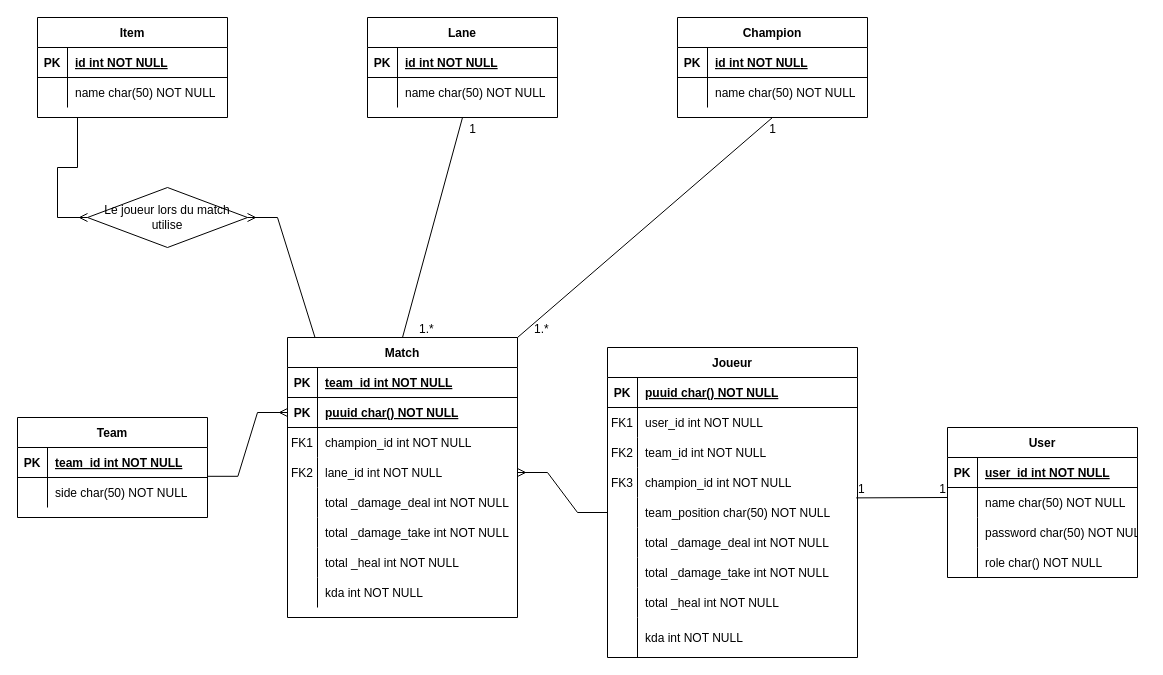
This is Image Prod/Diagramme de donnees.drawio from Niyo-D-JC/HelpWork, a draw.io file, before an edit. Source tidied: cells renumbered, new cells numbered last; positions are measured from the earlier drawing's top-left corner, leaving out a move shared by most shapes. Both pictures are drawn from the tidied source at 100%, with x=0, y=0 at pixel (17, 17).
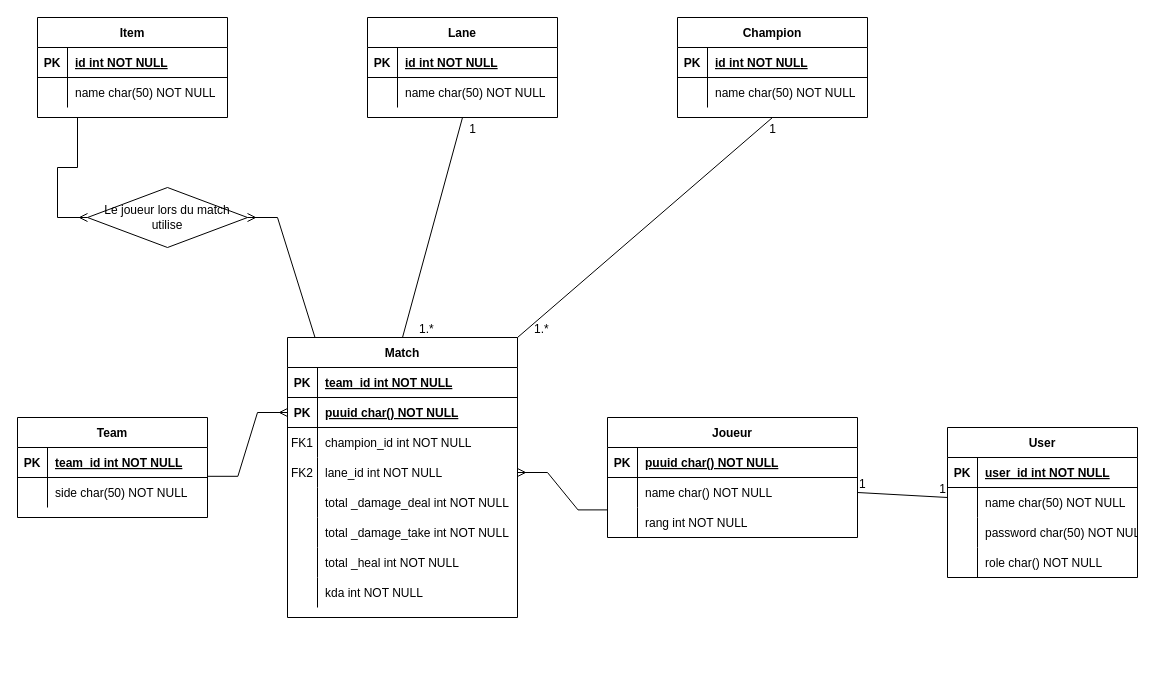
The same page after the edit.

Commit message (it also covers changes not shown here):
Mettre à jour Diagramme de donnees.drawio

Unchanged cells that the change refers to:
```xml
<mxCell id="6" style="shape=partialRectangle;fillColor=none;points=[[0,0.5],[1,0.5]];portConstraint=eastwest;top=0;left=0;right=0;bottom=0;" parent="2" vertex="1">
  <mxGeometry y="60" width="250" height="30" as="geometry" />
</mxCell>
<mxCell id="9" style="shape=partialRectangle;fillColor=none;points=[[0,0.5],[1,0.5]];portConstraint=eastwest;top=0;left=0;right=0;bottom=0;" parent="2" vertex="1">
  <mxGeometry y="90" width="250" height="30" as="geometry" />
</mxCell>
<mxCell id="41" style="shape=partialRectangle;fillColor=none;points=[[0,0.5],[1,0.5]];portConstraint=eastwest;top=0;left=0;right=0;bottom=0;" parent="37" vertex="1">
  <mxGeometry y="60" width="190" height="30" as="geometry" />
</mxCell>
<mxCell id="84" style="shape=partialRectangle;fillColor=none;points=[[0,0.5],[1,0.5]];portConstraint=eastwest;top=0;left=0;right=0;bottom=0;" parent="74" vertex="1">
  <mxGeometry y="120" width="230" height="30" as="geometry" />
</mxCell>
```

The edit, as a diff of the source:
```diff
@@
     <mxCell id="2" value="Joueur" style="shape=table;startSize=30;childLayout=tableLayout;rowLines=0;fontStyle=1;align=center;" parent="1" vertex="1">
-      <mxGeometry x="590" y="330" width="250" height="310" as="geometry" />
+      <mxGeometry x="590" y="400" width="250" height="120" as="geometry" />
     </mxCell>
@@
-    <mxCell id="7" value="FK1" style="shape=partialRectangle;overflow=hidden;fillColor=none;top=0;left=0;bottom=0;right=0;" parent="6" vertex="1">
+    <mxCell id="7" style="shape=partialRectangle;overflow=hidden;fillColor=none;top=0;left=0;bottom=0;right=0;" parent="6" vertex="1">
       <mxGeometry width="30" height="30" as="geometry" />
     </mxCell>
-    <mxCell id="8" value="user_id int NOT NULL" style="shape=partialRectangle;overflow=hidden;fillColor=none;top=0;left=0;bottom=0;right=0;align=left;spacingLeft=6;" parent="6" vertex="1">
+    <mxCell id="8" value="name char() NOT NULL" style="shape=partialRectangle;overflow=hidden;fillColor=none;top=0;left=0;bottom=0;right=0;align=left;spacingLeft=6;" parent="6" vertex="1">
       <mxGeometry x="30" width="220" height="30" as="geometry" />
     </mxCell>
@@
-    <mxCell id="10" value="FK2" style="shape=partialRectangle;overflow=hidden;fillColor=none;top=0;left=0;bottom=0;right=0;" parent="9" vertex="1">
+    <mxCell id="10" style="shape=partialRectangle;overflow=hidden;fillColor=none;top=0;left=0;bottom=0;right=0;" parent="9" vertex="1">
       <mxGeometry width="30" height="30" as="geometry" />
     </mxCell>
-    <mxCell id="11" value="team_id int NOT NULL" style="shape=partialRectangle;overflow=hidden;fillColor=none;top=0;left=0;bottom=0;right=0;align=left;spacingLeft=6;" parent="9" vertex="1">
+    <mxCell id="11" value="rang int NOT NULL" style="shape=partialRectangle;overflow=hidden;fillColor=none;top=0;left=0;bottom=0;right=0;align=left;spacingLeft=6;" parent="9" vertex="1">
       <mxGeometry x="30" width="220" height="30" as="geometry" />
     </mxCell>
-    <mxCell id="12" style="shape=partialRectangle;fillColor=none;top=0;left=0;right=0;bottom=0;" parent="2" vertex="1">
-      <mxGeometry y="120" width="250" height="30" as="geometry" />
-    </mxCell>
-    <mxCell id="13" value="FK3" style="shape=partialRectangle;overflow=hidden;fillColor=none;top=0;left=0;bottom=0;right=0;" parent="12" vertex="1">
-      <mxGeometry width="30" height="30" as="geometry" />
-    </mxCell>
-    <mxCell id="14" value="champion_id int NOT NULL" style="shape=partialRectangle;overflow=hidden;fillColor=none;top=0;left=0;bottom=0;right=0;align=left;spacingLeft=6;" parent="12" vertex="1">
-      <mxGeometry x="30" width="220" height="30" as="geometry" />
-    </mxCell>
-    <mxCell id="15" style="shape=partialRectangle;fillColor=none;points=[[0,0.5],[1,0.5]];portConstraint=eastwest;top=0;left=0;right=0;bottom=0;" parent="2" vertex="1">
-      <mxGeometry y="150" width="250" height="30" as="geometry" />
-    </mxCell>
-    <mxCell id="16" style="shape=partialRectangle;overflow=hidden;fillColor=none;top=0;left=0;bottom=0;right=0;" parent="15" vertex="1">
-      <mxGeometry width="30" height="30" as="geometry" />
-    </mxCell>
-    <mxCell id="17" value="team_position char(50) NOT NULL" style="shape=partialRectangle;overflow=hidden;fillColor=none;top=0;left=0;bottom=0;right=0;align=left;spacingLeft=6;" parent="15" vertex="1">
-      <mxGeometry x="30" width="220" height="30" as="geometry" />
-    </mxCell>
-    <mxCell id="18" style="shape=partialRectangle;fillColor=none;top=0;left=0;right=0;bottom=0;" parent="2" vertex="1">
-      <mxGeometry y="180" width="250" height="30" as="geometry" />
-    </mxCell>
-    <mxCell id="19" style="shape=partialRectangle;overflow=hidden;fillColor=none;top=0;left=0;bottom=0;right=0;" parent="18" vertex="1">
-      <mxGeometry width="30" height="30" as="geometry" />
-    </mxCell>
-    <mxCell id="20" value="total _damage_deal int NOT NULL" style="shape=partialRectangle;overflow=hidden;fillColor=none;top=0;left=0;bottom=0;right=0;align=left;spacingLeft=6;" parent="18" vertex="1">
-      <mxGeometry x="30" width="220" height="30" as="geometry" />
-    </mxCell>
-    <mxCell id="21" style="shape=partialRectangle;fillColor=none;top=0;left=0;right=0;bottom=0;" parent="2" vertex="1">
-      <mxGeometry y="210" width="250" height="30" as="geometry" />
-    </mxCell>
-    <mxCell id="22" style="shape=partialRectangle;overflow=hidden;fillColor=none;top=0;left=0;bottom=0;right=0;" parent="21" vertex="1">
-      <mxGeometry width="30" height="30" as="geometry" />
-    </mxCell>
-    <mxCell id="23" value="total _damage_take int NOT NULL" style="shape=partialRectangle;overflow=hidden;fillColor=none;top=0;left=0;bottom=0;right=0;align=left;spacingLeft=6;" parent="21" vertex="1">
-      <mxGeometry x="30" width="220" height="30" as="geometry" />
-    </mxCell>
-    <mxCell id="24" style="shape=partialRectangle;fillColor=none;top=0;left=0;right=0;bottom=0;" parent="2" vertex="1">
-      <mxGeometry y="240" width="250" height="30" as="geometry" />
-    </mxCell>
-    <mxCell id="25" style="shape=partialRectangle;overflow=hidden;fillColor=none;top=0;left=0;bottom=0;right=0;" parent="24" vertex="1">
-      <mxGeometry width="30" height="30" as="geometry" />
-    </mxCell>
-    <mxCell id="26" value="total _heal int NOT NULL" style="shape=partialRectangle;overflow=hidden;fillColor=none;top=0;left=0;bottom=0;right=0;align=left;spacingLeft=6;" parent="24" vertex="1">
-      <mxGeometry x="30" width="220" height="30" as="geometry" />
-    </mxCell>
-    <mxCell id="27" style="shape=partialRectangle;fillColor=none;top=0;left=0;right=0;bottom=0;" parent="2" vertex="1">
-      <mxGeometry y="270" width="250" height="40" as="geometry" />
-    </mxCell>
-    <mxCell id="28" style="shape=partialRectangle;overflow=hidden;fillColor=none;top=0;left=0;bottom=0;right=0;" parent="27" vertex="1">
-      <mxGeometry width="30" height="40" as="geometry" />
-    </mxCell>
-    <mxCell id="29" value="kda int NOT NULL" style="shape=partialRectangle;overflow=hidden;fillColor=none;top=0;left=0;bottom=0;right=0;align=left;spacingLeft=6;" parent="27" vertex="1">
-      <mxGeometry x="30" width="220" height="40" as="geometry" />
-    </mxCell>
@@
-    <mxCell id="50" style="endArrow=none;html=1;rounded=0;entryX=0;entryY=0.333;entryDx=0;entryDy=0;exitX=0.995;exitY=0.013;exitDx=0;exitDy=0;exitPerimeter=0;entryPerimeter=0;" parent="1" edge="1" source="15" target="41">
+    <mxCell id="50" style="endArrow=none;html=1;rounded=0;entryX=0;entryY=0.333;entryDx=0;entryDy=0;exitX=1;exitY=0.5;exitDx=0;exitDy=0;entryPerimeter=0;" parent="1" edge="1" source="6" target="41">
       <mxGeometry relative="1" as="geometry" />
     </mxCell>
@@
-    <mxCell id="99" style="edgeStyle=entityRelationEdgeStyle;fontSize=12;html=1;endArrow=ERmany;rounded=0;exitX=0;exitY=0.5;exitDx=0;exitDy=0;entryX=1;entryY=0.5;entryDx=0;entryDy=0;" parent="1" edge="1" source="15" target="84">
+    <mxCell id="99" style="edgeStyle=entityRelationEdgeStyle;fontSize=12;html=1;endArrow=ERmany;rounded=0;exitX=0.002;exitY=0.08;exitDx=0;exitDy=0;entryX=1;entryY=0.5;entryDx=0;entryDy=0;exitPerimeter=0;" parent="1" edge="1" source="9" target="84">
       <mxGeometry relative="1" as="geometry" />
     </mxCell>
```
